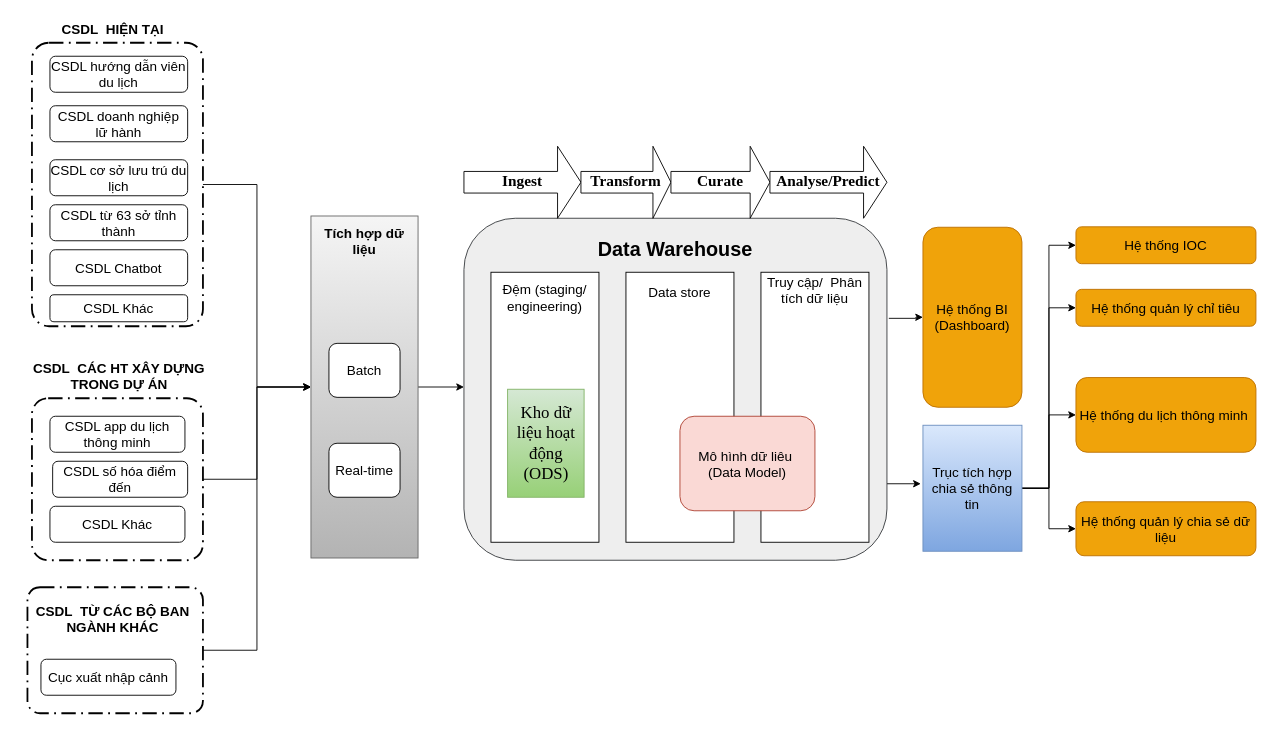
Earlier version of the draw.io diagram page "Page-3" (3 of 5) of so-do-draw/tcdl.drawio (letheanh12345/Draw-io). Source tidied: cells renumbered, new cells numbered last; positions are measured from the earlier drawing's top-left corner, leaving out a move shared by most shapes. Both pictures are drawn from the tidied source at 90%, with x=0, y=0 at pixel (15, 15).
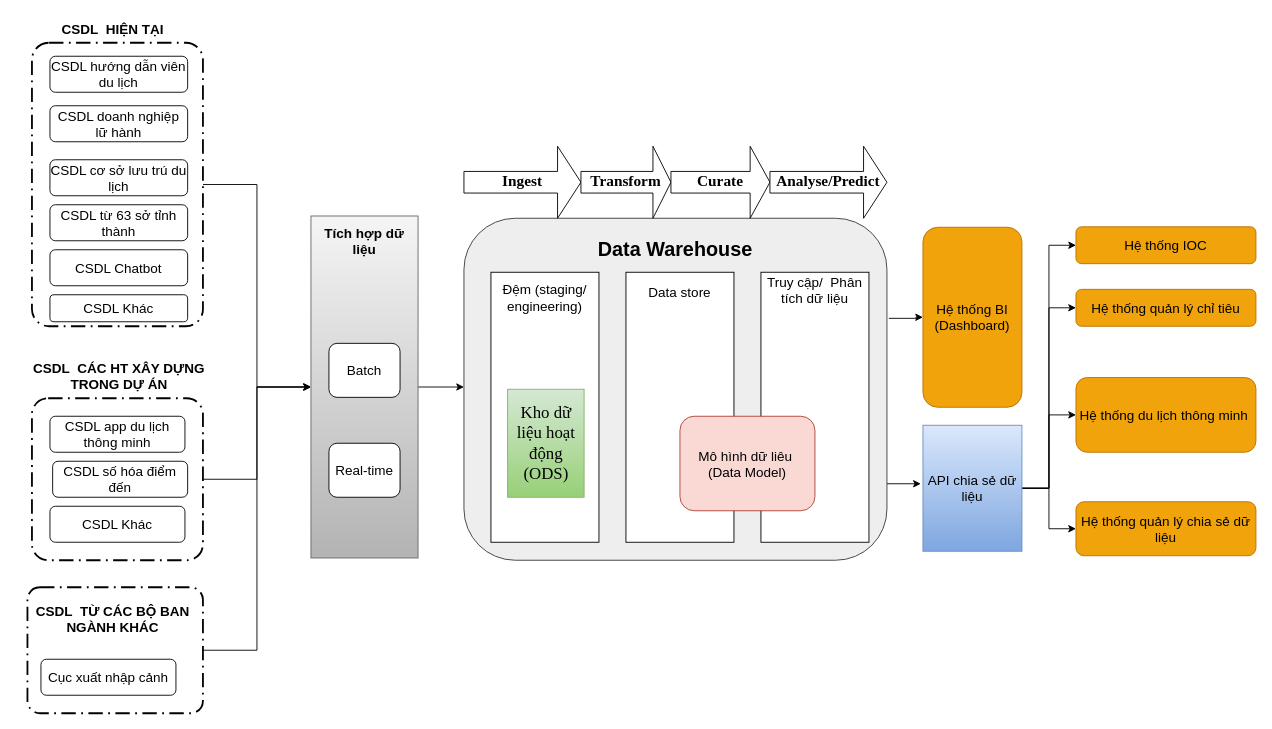
The same page after the edit.

The edit, as a diff of the source:
```diff
@@
-    <mxCell id="43" value="Trục tích hợp chia sẻ thông tin" style="rounded=0;whiteSpace=wrap;html=1;fontSize=15;fillColor=#dae8fc;gradientColor=#7ea6e0;strokeColor=#6c8ebf;" parent="1" vertex="1">
+    <mxCell id="43" value="API chia sẻ dữ liệu" style="rounded=0;whiteSpace=wrap;html=1;fontSize=15;fillColor=#dae8fc;gradientColor=#7ea6e0;strokeColor=#6c8ebf;" parent="1" vertex="1">
       <mxGeometry x="1008" y="455" width="110" height="140" as="geometry" />
     </mxCell>
```
